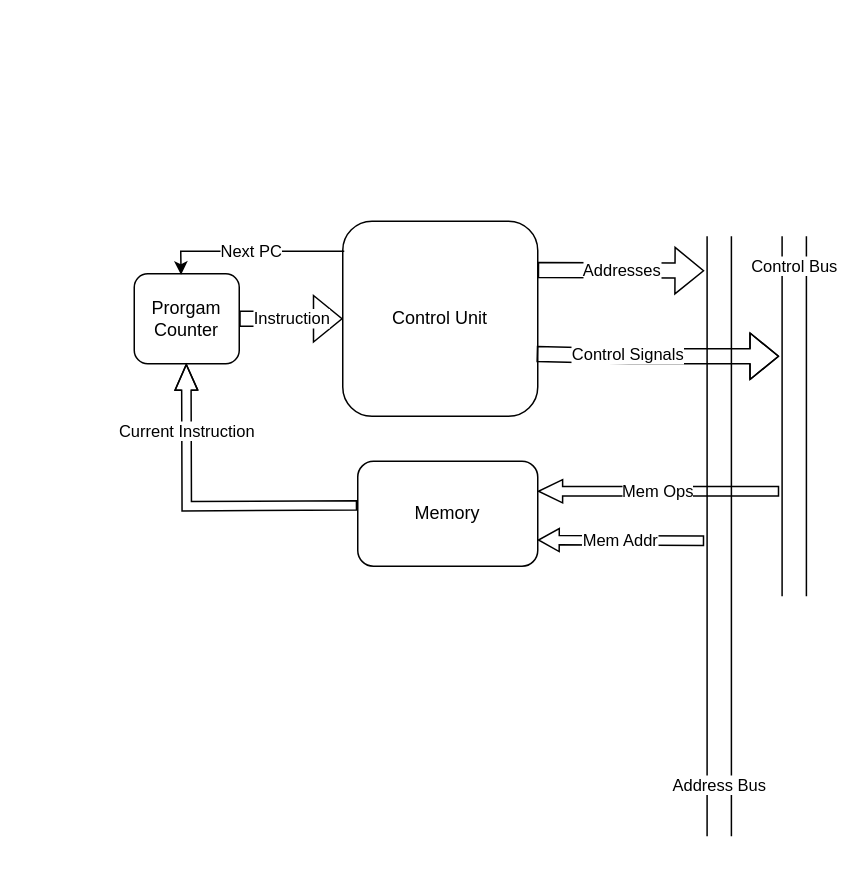
Adi-Vat/Excursions keeps this draw.io diagram as z8ProcessorCore/BlockDiagram.drawio. Above is the earlier version. Source tidied: cells renumbered, new cells numbered last; positions are measured from the earlier drawing's top-left corner, leaving out a move shared by most shapes. Both pictures are drawn from the tidied source at 150%, with x=0, y=0 at pixel (134, 220).
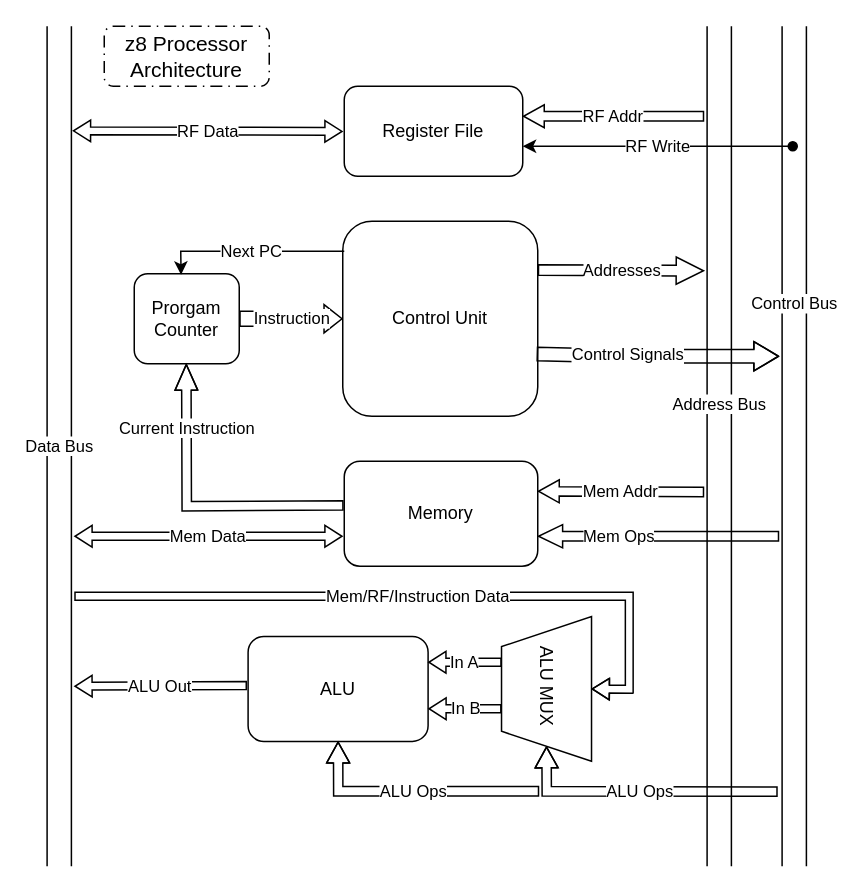
The same diagram, later.

Unchanged cells that the change refers to:
```xml
<mxCell id="2" value="Control Unit" style="rounded=1;whiteSpace=wrap;html=1;" parent="1" vertex="1">
  <mxGeometry x="139" width="130" height="130" as="geometry" />
</mxCell>
```

Change to the diagram source:
```diff
@@
-<mxGraphModel>
+<mxGraphModel background="light-dark(#FFFFFF,#141414)">
@@
-    <mxCell id="3" value="Instruction" style="shape=flexArrow;endArrow=classic;html=1;rounded=0;entryX=0;entryY=0.5;entryDx=0;entryDy=0;" parent="1" edge="1" target="2">
+    <mxCell id="3" value="Instruction" style="shape=flexArrow;endArrow=classic;html=1;rounded=0;entryX=0;entryY=0.5;entryDx=0;entryDy=0;endWidth=7.777777777777778;endSize=3.661111111111111;" parent="1" edge="1" target="2">
       <mxGeometry relative="1" as="geometry">
         <mxPoint x="70" y="65" as="sourcePoint" />
       </mxGeometry>
     </mxCell>
-    <mxCell id="4" value="Addresses" style="shape=flexArrow;endArrow=classic;html=1;rounded=0;exitX=1;exitY=0.25;exitDx=0;exitDy=0;" parent="1" edge="1" source="2">
+    <mxCell id="4" value="Addresses" style="shape=flexArrow;endArrow=classic;html=1;rounded=0;exitX=1;exitY=0.25;exitDx=0;exitDy=0;width=7.142857142857142;endSize=5.7333333333333325;endWidth=9.931972789115646;" parent="1" edge="1" source="2">
       <mxGeometry relative="1" as="geometry">
         <mxPoint x="380" y="33" as="targetPoint" />
       </mxGeometry>
     </mxCell>
-    <mxCell id="5" value="Control Signals" style="shape=flexArrow;endArrow=classic;html=1;rounded=0;exitX=0.994;exitY=0.681;exitDx=0;exitDy=0;exitPerimeter=0;" parent="1" edge="1" source="2">
+    <mxCell id="5" value="Control Signals" style="shape=flexArrow;endArrow=classic;html=1;rounded=0;exitX=0.994;exitY=0.681;exitDx=0;exitDy=0;exitPerimeter=0;width=9.047619047619047;endSize=5.142857142857143;endWidth=9.501133786848072;" parent="1" edge="1" source="2">
       <mxGeometry x="-0.24" y="1" relative="1" as="geometry">
         <mxPoint x="430" y="90" as="targetPoint" />
         <Array as="points">
           <mxPoint x="330" y="90" />
         </Array>
       </mxGeometry>
     </mxCell>
     <mxCell id="6" value="Memory" style="rounded=1;whiteSpace=wrap;html=1;" parent="1" vertex="1">
-      <mxGeometry x="149" y="160" width="120" height="70" as="geometry" />
+      <mxGeometry x="140" y="160" width="129" height="70" as="geometry" />
     </mxCell>
     <mxCell id="7" value="Address Bus" style="shape=link;html=1;rounded=0;width=16.20689655172414;" parent="1" edge="1">
-      <mxGeometry x="0.83" relative="1" as="geometry">
-        <mxPoint x="390" y="10" as="sourcePoint" />
-        <mxPoint x="390" y="410" as="targetPoint" />
+      <mxGeometry x="-0.1" relative="1" as="geometry">
+        <mxPoint x="390" y="-130" as="sourcePoint" />
+        <mxPoint x="390" y="430" as="targetPoint" />
       </mxGeometry>
     </mxCell>
     <mxCell id="8" value="Control Bus" style="shape=link;html=1;rounded=0;width=16.20689655172414;" parent="1" edge="1">
-      <mxGeometry x="-0.83" relative="1" as="geometry">
-        <mxPoint x="440" y="10" as="sourcePoint" />
-        <mxPoint x="440" y="250" as="targetPoint" />
+      <mxGeometry x="-0.34" relative="1" as="geometry">
+        <mxPoint x="440" y="-130" as="sourcePoint" />
+        <mxPoint x="440" y="430" as="targetPoint" />
       </mxGeometry>
     </mxCell>
-    <mxCell id="9" value="Mem Addr" style="shape=flexArrow;endArrow=classic;html=1;rounded=0;entryX=1;entryY=0.75;entryDx=0;entryDy=0;endWidth=8.133174791914387;endSize=4.275862068965518;width=6.206896551724138;" parent="1" edge="1" target="6">
+    <mxCell id="9" value="Mem Addr" style="shape=flexArrow;endArrow=classic;html=1;rounded=0;entryX=1;entryY=0.75;entryDx=0;entryDy=0;endWidth=8.133174791914387;endSize=4.275862068965518;width=6.206896551724138;" parent="1" edge="1">
       <mxGeometry relative="1" as="geometry">
-        <mxPoint x="380" y="213" as="sourcePoint" />
+        <mxPoint x="380" y="180.5" as="sourcePoint" />
+        <mxPoint x="269" y="180" as="targetPoint" />
       </mxGeometry>
     </mxCell>
-    <mxCell id="10" value="Mem Ops" style="shape=flexArrow;endArrow=classic;html=1;rounded=0;endWidth=8.275862068965518;endSize=5.027586206896552;width=6.206896551724138;" parent="1" edge="1">
-      <mxGeometry relative="1" as="geometry">
-        <mxPoint x="430" y="180" as="sourcePoint" />
-        <mxPoint x="269" y="180" as="targetPoint" />
+    <mxCell id="10" value="Mem Ops" style="shape=flexArrow;endArrow=classic;html=1;rounded=0;endWidth=8.275862068965518;endSize=5.027586206896552;width=6.206896551724138;startArrow=none;startFill=0;startSize=5.027586206896552;" parent="1" edge="1">
+      <mxGeometry x="0.33" relative="1" as="geometry">
+        <mxPoint x="430" y="210" as="sourcePoint" />
+        <mxPoint x="269" y="210" as="targetPoint" />
       </mxGeometry>
     </mxCell>
@@
+    <mxCell id="14" value="ALU" style="rounded=1;whiteSpace=wrap;html=1;" parent="1" vertex="1">
+      <mxGeometry x="75.9" y="276.8" width="120" height="70" as="geometry" />
+    </mxCell>
+    <mxCell id="15" value="ALU Ops" style="shape=flexArrow;endArrow=classic;html=1;rounded=0;endWidth=8.133174791914387;endSize=4.275862068965518;width=6.206896551724138;entryX=0;entryY=0.5;entryDx=0;entryDy=0;" parent="1" edge="1" target="16">
+      <mxGeometry relative="1" as="geometry">
+        <mxPoint x="429" y="380.2" as="sourcePoint" />
+        <Array as="points">
+          <mxPoint x="275" y="380" />
+        </Array>
+      </mxGeometry>
+    </mxCell>
+    <mxCell id="16" style="shape=trapezoid;perimeter=trapezoidPerimeter;whiteSpace=wrap;html=1;fixedSize=1;rotation=-90;" parent="1" vertex="1">
+      <mxGeometry x="226.6" y="281.8" width="96.5" height="60" as="geometry" />
+    </mxCell>
+    <mxCell id="17" value="ALU MUX" style="text;html=1;whiteSpace=wrap;strokeColor=none;fillColor=none;align=center;verticalAlign=middle;rounded=0;rotation=90;" parent="1" vertex="1">
+      <mxGeometry x="244.9" y="295" width="60" height="30" as="geometry" />
+    </mxCell>
+    <mxCell id="18" value="Mem Data" style="shape=flexArrow;endArrow=classic;html=1;rounded=0;width=5.1923076923076925;endSize=3.465384615384615;endWidth=8.232248520710058;startArrow=classic;startFill=1;startSize=3.465384615384615;startWidth=8.232248520710058;" parent="1" edge="1">
+      <mxGeometry relative="1" as="geometry">
+        <mxPoint x="139" y="210" as="sourcePoint" />
+        <mxPoint x="-40" y="210" as="targetPoint" />
+      </mxGeometry>
+    </mxCell>
+    <mxCell id="19" value="ALU Ops" style="shape=flexArrow;endArrow=classic;html=1;rounded=0;endWidth=8.133174791914387;endSize=4.275862068965518;width=6.206896551724138;entryX=0.5;entryY=1;entryDx=0;entryDy=0;" parent="1" edge="1" target="14">
+      <mxGeometry relative="1" as="geometry">
+        <mxPoint x="270" y="380" as="sourcePoint" />
+        <Array as="points">
+          <mxPoint x="136" y="380" />
+        </Array>
+      </mxGeometry>
+    </mxCell>
+    <mxCell id="20" value="In A" style="shape=flexArrow;endArrow=classic;html=1;rounded=0;width=5.1923076923076925;endSize=3.465384615384615;endWidth=8.232248520710058;" parent="1" edge="1">
+      <mxGeometry relative="1" as="geometry">
+        <mxPoint x="245" y="294" as="sourcePoint" />
+        <mxPoint x="195.9" y="294" as="targetPoint" />
+      </mxGeometry>
+    </mxCell>
+    <mxCell id="21" value="In B" style="shape=flexArrow;endArrow=classic;html=1;rounded=0;width=5.1923076923076925;endSize=3.465384615384615;endWidth=8.232248520710058;" parent="1" edge="1">
+      <mxGeometry relative="1" as="geometry">
+        <mxPoint x="244.9" y="325" as="sourcePoint" />
+        <mxPoint x="196" y="325" as="targetPoint" />
+      </mxGeometry>
+    </mxCell>
+    <mxCell id="22" value="Data Bus" style="shape=link;html=1;rounded=0;width=16.20689655172414;" parent="1" edge="1">
+      <mxGeometry relative="1" as="geometry">
+        <mxPoint x="-50" y="-130" as="sourcePoint" />
+        <mxPoint x="-50" y="430" as="targetPoint" />
+      </mxGeometry>
+    </mxCell>
+    <mxCell id="23" value="Register File" style="rounded=1;whiteSpace=wrap;html=1;" parent="1" vertex="1">
+      <mxGeometry x="140" y="-90" width="119" height="60" as="geometry" />
+    </mxCell>
+    <mxCell id="24" value="RF Addr" style="shape=flexArrow;endArrow=classic;html=1;rounded=0;entryX=1;entryY=0.75;entryDx=0;entryDy=0;endWidth=8.133174791914387;endSize=4.275862068965518;width=6.206896551724138;" parent="1" edge="1">
+      <mxGeometry relative="1" as="geometry">
+        <mxPoint x="380" y="-70" as="sourcePoint" />
+        <mxPoint x="259" y="-70" as="targetPoint" />
+      </mxGeometry>
+    </mxCell>
+    <mxCell id="25" value="RF Data" style="shape=flexArrow;endArrow=classic;html=1;rounded=0;width=5.1923076923076925;endSize=3.465384615384615;endWidth=8.232248520710058;startArrow=classic;startFill=1;startSize=3.465384615384615;startWidth=8.232248520710058;" parent="1" edge="1">
+      <mxGeometry relative="1" as="geometry">
+        <mxPoint x="139" y="-59.9" as="sourcePoint" />
+        <mxPoint x="-41" y="-60.3" as="targetPoint" />
+      </mxGeometry>
+    </mxCell>
+    <mxCell id="26" value="RF Write" style="endArrow=classic;html=1;rounded=0;startArrow=oval;startFill=1;" parent="1" edge="1">
+      <mxGeometry relative="1" as="geometry">
+        <mxPoint x="439" y="-50" as="sourcePoint" />
+        <mxPoint x="259" y="-50" as="targetPoint" />
+      </mxGeometry>
+    </mxCell>
+    <mxCell id="27" value="Mem/RF/Instruction Data" style="shape=flexArrow;endArrow=classic;html=1;rounded=0;width=5.1923076923076925;endSize=3.465384615384615;endWidth=8.232248520710058;entryX=0.5;entryY=1;entryDx=0;entryDy=0;" parent="1" edge="1" target="16">
+      <mxGeometry relative="1" as="geometry">
+        <mxPoint x="-40" y="250" as="sourcePoint" />
+        <Array as="points">
+          <mxPoint x="330" y="250" />
+          <mxPoint x="330" y="312" />
+        </Array>
+      </mxGeometry>
+    </mxCell>
+    <mxCell id="28" value="ALU Out" style="shape=flexArrow;endArrow=classic;html=1;rounded=0;width=5.1923076923076925;endSize=3.465384615384615;endWidth=8.232248520710058;exitX=-0.006;exitY=0.467;exitDx=0;exitDy=0;exitPerimeter=0;" parent="1" edge="1" source="14">
+      <mxGeometry relative="1" as="geometry">
+        <mxPoint x="-40" y="310" as="targetPoint" />
+      </mxGeometry>
+    </mxCell>
+    <mxCell id="29" value="&lt;font style=&quot;font-size: 14px;&quot;&gt;z8 Processor Architecture&lt;/font&gt;" style="text;html=1;whiteSpace=wrap;strokeColor=default;fillColor=none;align=center;verticalAlign=middle;rounded=1;dashed=1;perimeterSpacing=0;dashPattern=8 4 1 4;" parent="1" vertex="1">
+      <mxGeometry x="-20" y="-130" width="110" height="40" as="geometry" />
+    </mxCell>
```
